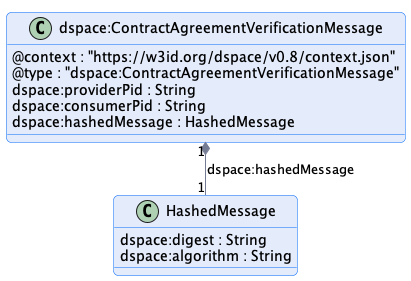
Above: negotiation/message/diagram/contract-agreement-message.png in International-Data-Spaces-Association/ids-specification (PlantUML), before the change.
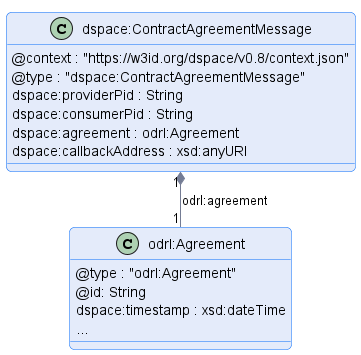
After the change.

Commit message:
chore(CN): resolve leftover copy&paste mistakes

Diff of the diagram source:
```diff
@@ -1,4 +1,4 @@
-@startuml "contract-agreement-verification-message"
+@startuml "contract-agreement-message"
 !pragma layout smetana
 
 !include ../../../common/style/diagram.styles.puml
@@ -6,19 +6,22 @@
 hide empty description
 
 
-class "dspace:ContractAgreementVerificationMessage" {
+class "dspace:ContractAgreementMessage" {
     @context : "https://w3id.org/dspace/v0.8/context.json"
-    @type : "dspace:ContractAgreementVerificationMessage"
+    @type : "dspace:ContractAgreementMessage"
     dspace:providerPid : String
     dspace:consumerPid : String
-    dspace:hashedMessage : HashedMessage
+    dspace:agreement : odrl:Agreement
+    dspace:callbackAddress : xsd:anyURI
 }
 
-class HashedMessage {
-    dspace:digest : String
-    dspace:algorithm : String
+class odrl:Agreement {
+    @type : "odrl:Agreement"
+    @id: String
+    dspace:timestamp : xsd:dateTime
+    ...
 }
 
-"dspace:ContractAgreementVerificationMessage" "1" *-- "1" "HashedMessage" : "dspace:hashedMessage"
+"dspace:ContractAgreementMessage" "1" *-- "1" "odrl:Agreement" : "odrl:agreement"
 
 @enduml
```
